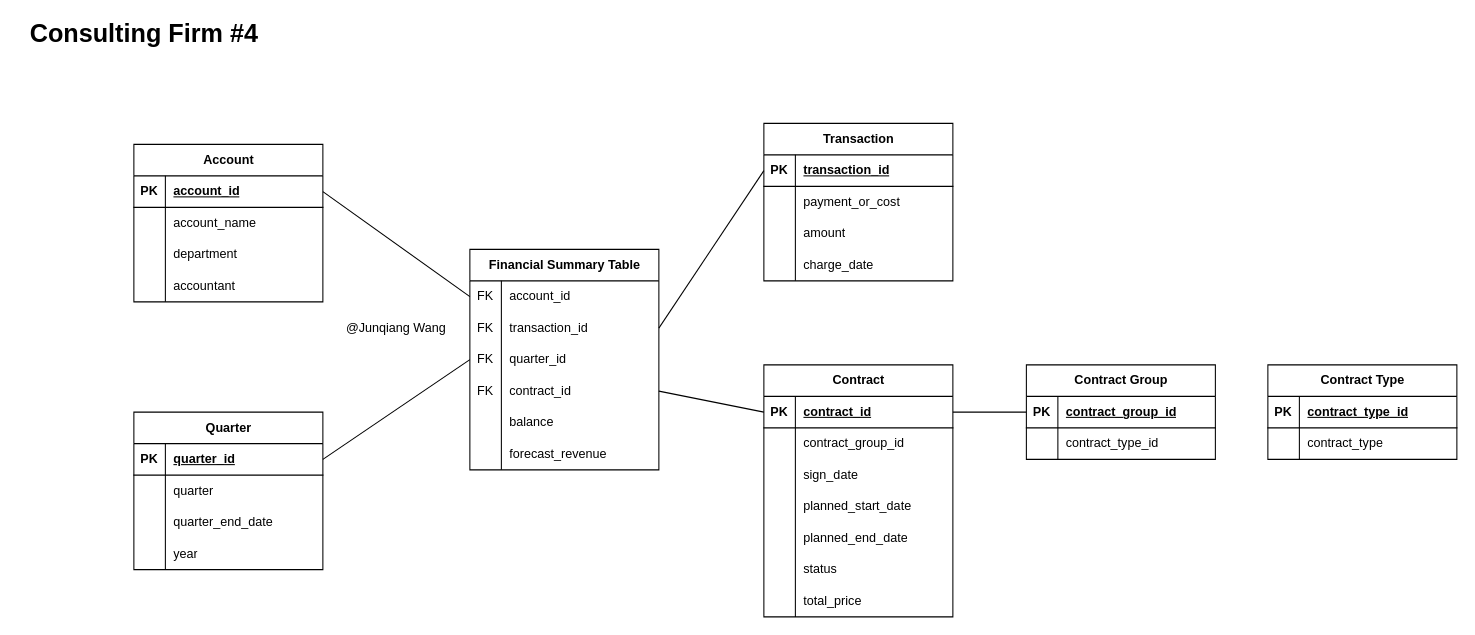
This is page "consulting-4" (5 of 6) of hw4b.drawio from EliWangC/dsci-559-database, a draw.io file, before an edit. Source tidied: cells renumbered, new cells numbered last; positions are measured from the earlier drawing's top-left corner, leaving out a move shared by most shapes. Both pictures are drawn from the tidied source at 105%, with x=0, y=0 at pixel (18, 18).
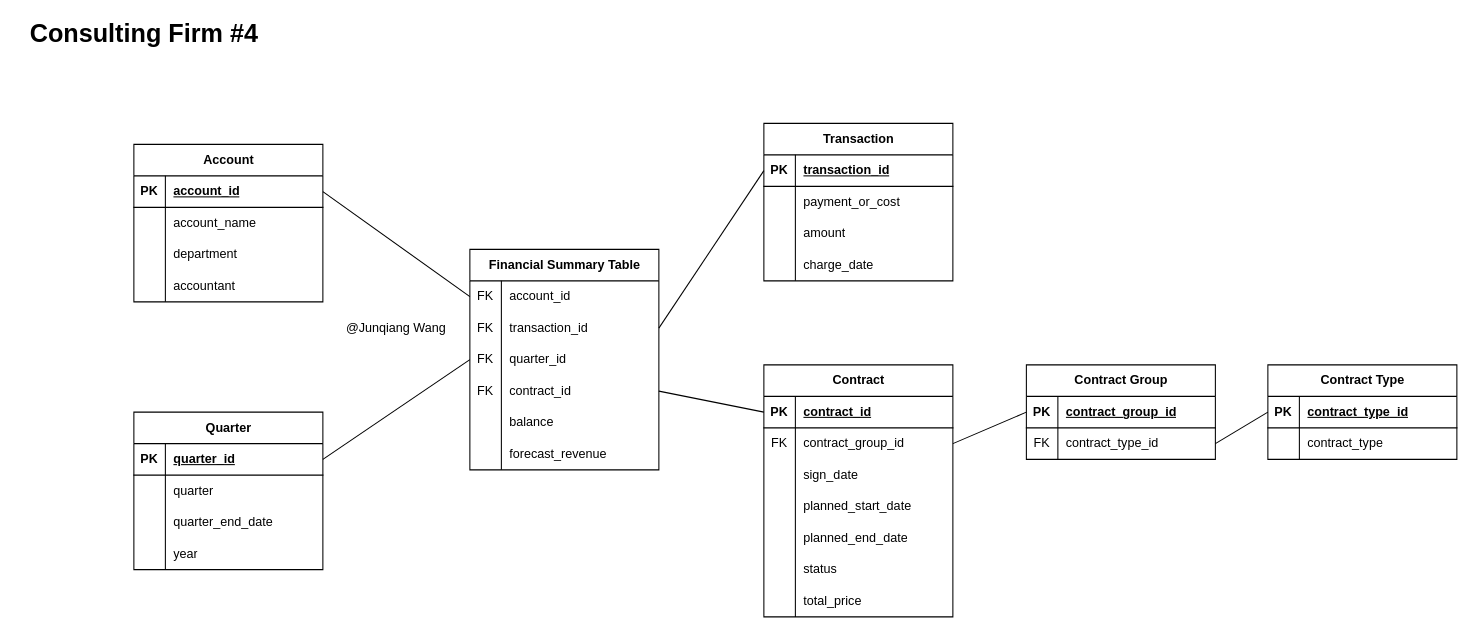
The same diagram, later.

The change refers to these unchanged cells:
```xml
<mxCell id="67" style="shape=tableRow;horizontal=0;startSize=0;swimlaneHead=0;swimlaneBody=0;fillColor=none;points=[[0,0.5],[1,0.5]];portConstraint=eastwest;top=0;left=0;right=0;bottom=1;" parent="66" vertex="1">
  <mxGeometry y="30" width="180" height="30" as="geometry" />
</mxCell>
<mxCell id="70" style="shape=tableRow;horizontal=0;startSize=0;swimlaneHead=0;swimlaneBody=0;fillColor=none;points=[[0,0.5],[1,0.5]];portConstraint=eastwest;top=0;left=0;right=0;bottom=0;" parent="66" vertex="1">
  <mxGeometry y="60" width="180" height="30" as="geometry" />
</mxCell>
<mxCell id="89" style="shape=tableRow;horizontal=0;startSize=0;swimlaneHead=0;swimlaneBody=0;fillColor=none;points=[[0,0.5],[1,0.5]];portConstraint=eastwest;top=0;left=0;right=0;bottom=1;" parent="88" vertex="1">
  <mxGeometry y="30" width="180" height="30" as="geometry" />
</mxCell>
<mxCell id="92" style="shape=tableRow;horizontal=0;startSize=0;swimlaneHead=0;swimlaneBody=0;fillColor=none;points=[[0,0.5],[1,0.5]];portConstraint=eastwest;top=0;left=0;right=0;bottom=0;" parent="88" vertex="1">
  <mxGeometry y="60" width="180" height="30" as="geometry" />
</mxCell>
<mxCell id="96" style="shape=tableRow;horizontal=0;startSize=0;swimlaneHead=0;swimlaneBody=0;fillColor=none;points=[[0,0.5],[1,0.5]];portConstraint=eastwest;top=0;left=0;right=0;bottom=1;" parent="95" vertex="1">
  <mxGeometry y="30" width="180" height="30" as="geometry" />
</mxCell>
```

What changed in the source:
```diff
@@
-    <mxCell id="71" style="shape=partialRectangle;fillColor=none;top=0;left=0;bottom=0;right=0;overflow=hidden;whiteSpace=wrap;html=1;" parent="70" vertex="1">
+    <mxCell id="71" value="FK" style="shape=partialRectangle;fillColor=none;top=0;left=0;bottom=0;right=0;overflow=hidden;whiteSpace=wrap;html=1;" parent="70" vertex="1">
       <mxGeometry width="30" height="30" as="geometry" />
     </mxCell>
@@
-    <mxCell id="93" style="shape=partialRectangle;fillColor=none;top=0;left=0;bottom=0;right=0;overflow=hidden;whiteSpace=wrap;html=1;" parent="92" vertex="1">
+    <mxCell id="93" value="FK" style="shape=partialRectangle;fillColor=none;top=0;left=0;bottom=0;right=0;overflow=hidden;whiteSpace=wrap;html=1;" parent="92" vertex="1">
       <mxGeometry width="30" height="30" as="geometry" />
     </mxCell>
@@
-    <mxCell id="102" style="rounded=0;jettySize=auto;html=1;exitX=1;exitY=0.5;exitDx=0;exitDy=0;entryX=0;entryY=0.5;entryDx=0;entryDy=0;endArrow=none;endFill=0;" parent="1" edge="1" source="67" target="89">
+    <mxCell id="102" style="rounded=0;jettySize=auto;html=1;exitX=1;exitY=0.5;exitDx=0;exitDy=0;entryX=0;entryY=0.5;entryDx=0;entryDy=0;endArrow=none;endFill=0;" parent="1" edge="1" source="70" target="89">
       <mxGeometry relative="1" as="geometry" />
     </mxCell>
+    <mxCell id="103" style="rounded=0;jettySize=auto;html=1;exitX=1;exitY=0.5;exitDx=0;exitDy=0;entryX=0;entryY=0.5;entryDx=0;entryDy=0;endArrow=none;endFill=0;" parent="1" edge="1" source="92" target="96">
+      <mxGeometry relative="1" as="geometry" />
+    </mxCell>
```
